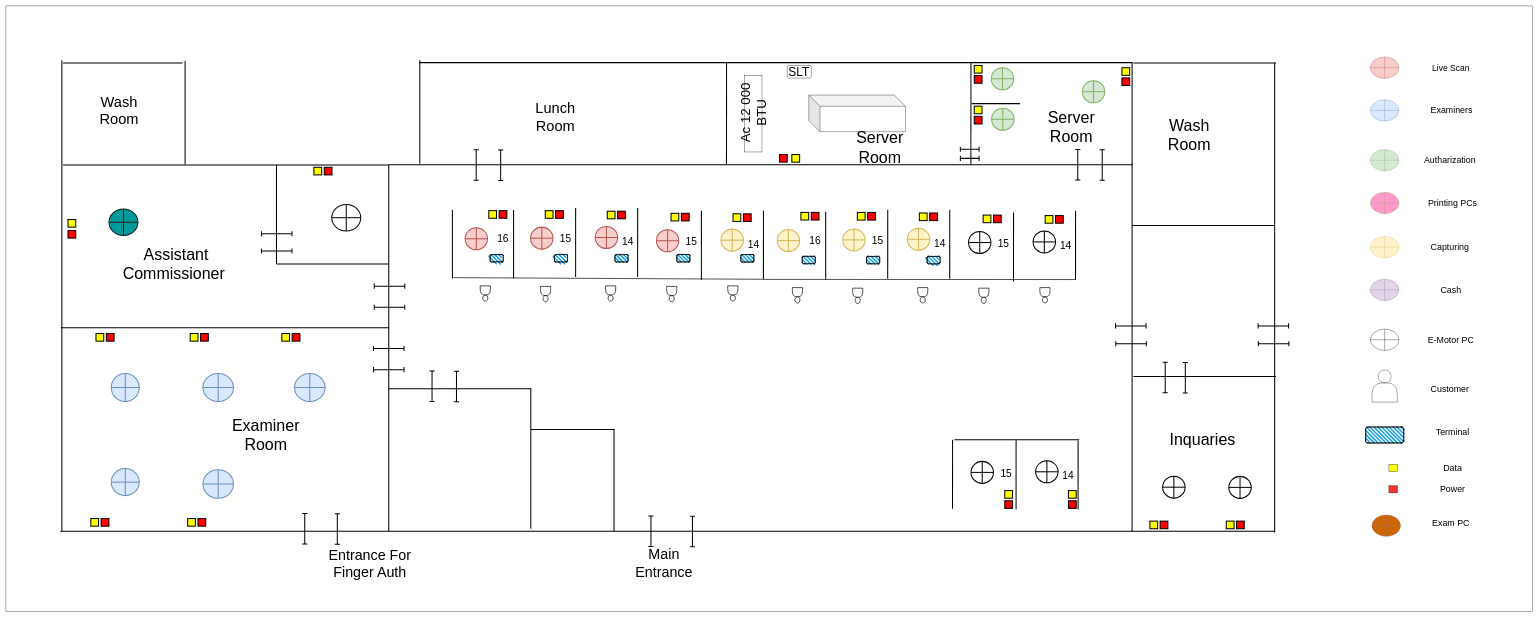
thushan-harshajeewa/dmt-diagrams keeps this draw.io diagram as gampaha.drawio. Above is the earlier version. Source tidied: cells renumbered, new cells numbered last; positions are measured from the earlier drawing's top-left corner, leaving out a move shared by most shapes. Both pictures are drawn from the tidied source at 34%, with x=0, y=0 at pixel (6, 6).
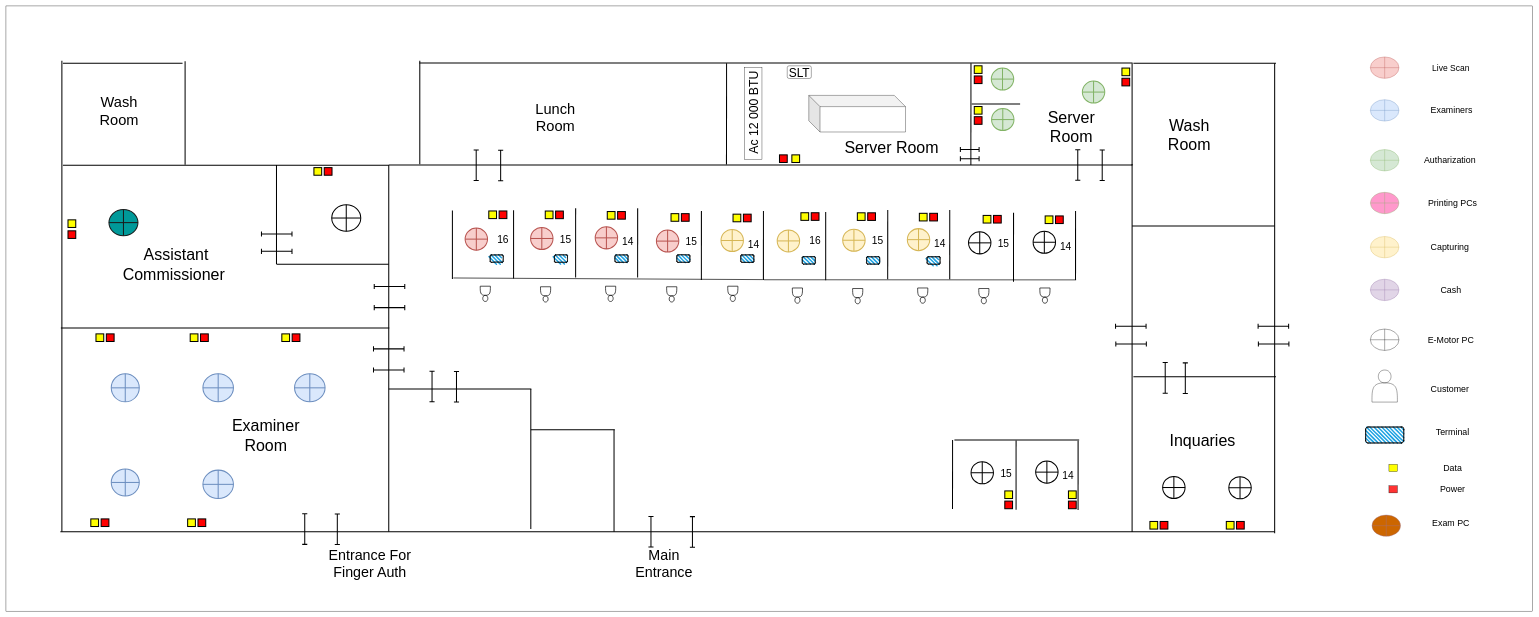
Above is the later version.

What changed in the source:
```diff
@@
     <mxCell id="3" style="group;" parent="1" vertex="1">
-      <mxGeometry x="160" y="160" width="3613.4" height="1490" as="geometry" />
+      <mxGeometry x="160" y="161" width="3613.4" height="1490" as="geometry" />
     </mxCell>
@@
     <mxCell id="125" style="rounded=0;whiteSpace=wrap;html=1;direction=west;" parent="3" vertex="1">
-      <mxGeometry x="2011.6" y="44.9" width="52" height="224.6" as="geometry" />
+      <mxGeometry x="2011.6" y="20" width="52" height="270" as="geometry" />
     </mxCell>
-    <mxCell id="126" value="&lt;font style=&quot;font-size: 39px;&quot;&gt;Ac 12 000 BTU&lt;/font&gt;" style="text;html=1;align=center;verticalAlign=middle;whiteSpace=wrap;rounded=0;rotation=270;strokeWidth=2;" parent="3" vertex="1">
-      <mxGeometry x="1939.7" y="152.3" width="200.7" height="3.5" as="geometry" />
+    <mxCell id="126" value="&lt;font style=&quot;font-size: 36px;&quot;&gt;Ac 12 000 BTU&lt;/font&gt;" style="text;html=1;align=center;verticalAlign=middle;whiteSpace=wrap;rounded=0;rotation=270;strokeWidth=2;" parent="3" vertex="1">
+      <mxGeometry x="1914.9" y="150.4" width="250.3" height="3.5" as="geometry" />
     </mxCell>
     <mxCell id="127" value="&lt;font style=&quot;font-size: 35px;&quot;&gt;SLT&lt;/font&gt;" style="text;html=1;align=center;verticalAlign=middle;whiteSpace=wrap;rounded=0;rotation=0;" parent="3" vertex="1">
-      <mxGeometry x="2161.3" y="32.6" width="23.2" height="3.5" as="geometry" />
+      <mxGeometry x="2162.3" y="33.6" width="23.2" height="3.5" as="geometry" />
     </mxCell>
@@
     <mxCell id="146" value="&lt;font style=&quot;font-size: 47px;&quot;&gt;Server Room&lt;/font&gt;" style="text;html=1;align=center;verticalAlign=middle;whiteSpace=wrap;rounded=0;rotation=0;strokeWidth=2;" parent="3" vertex="1">
-      <mxGeometry x="2290.1" y="254.6" width="240.6" height="3.5" as="geometry" />
+      <mxGeometry x="2290.1" y="254.6" width="309.9" height="3.5" as="geometry" />
     </mxCell>
```
